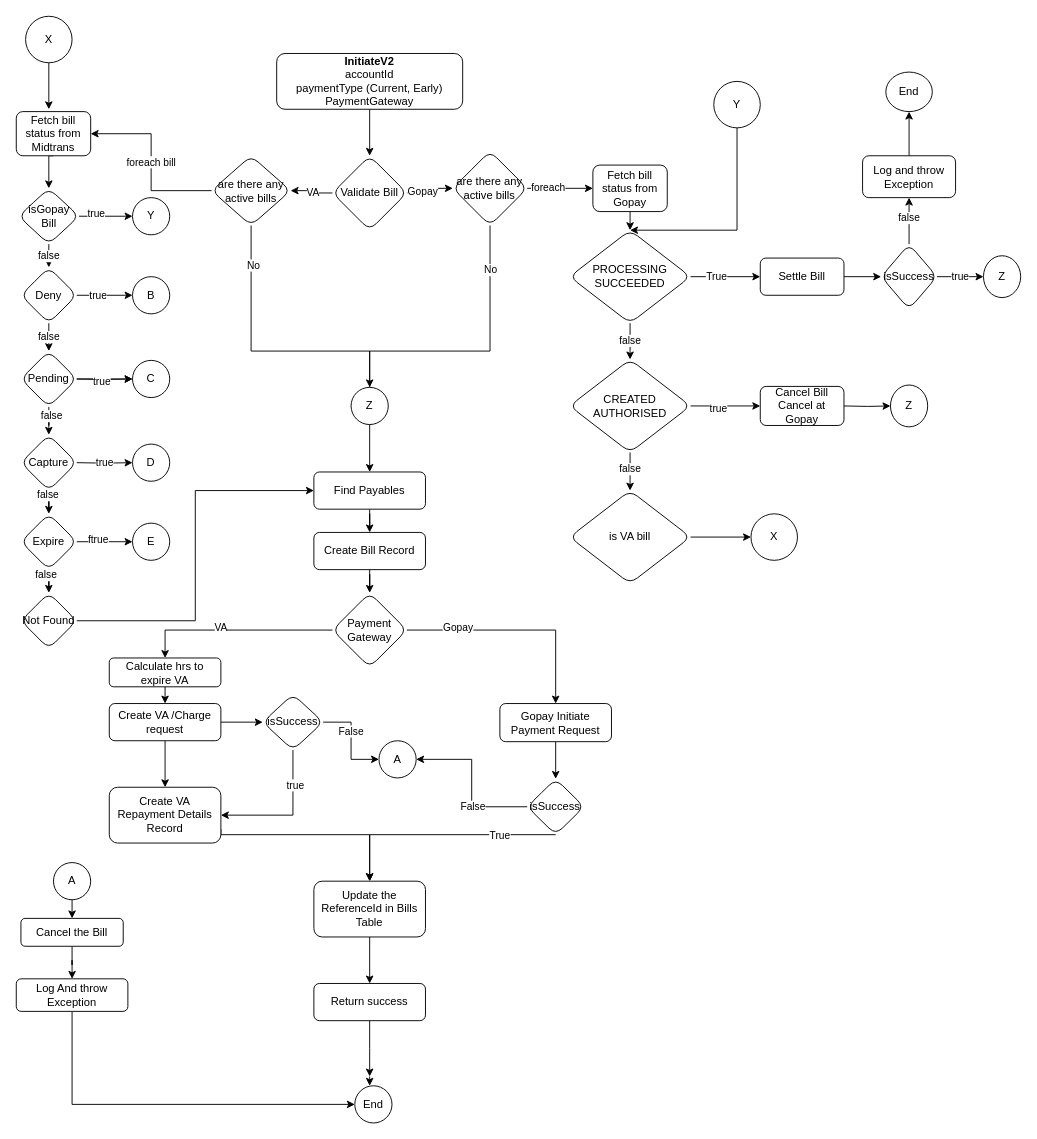
mmritesh/demo keeps this draw.io diagram as Untitled Diagram.drawio. Above is the earlier version. Source tidied: cells renumbered, new cells numbered last; positions are measured from the earlier drawing's top-left corner, leaving out a move shared by most shapes. Both pictures are drawn from the tidied source at 93%, with x=0, y=0 at pixel (16, 16).
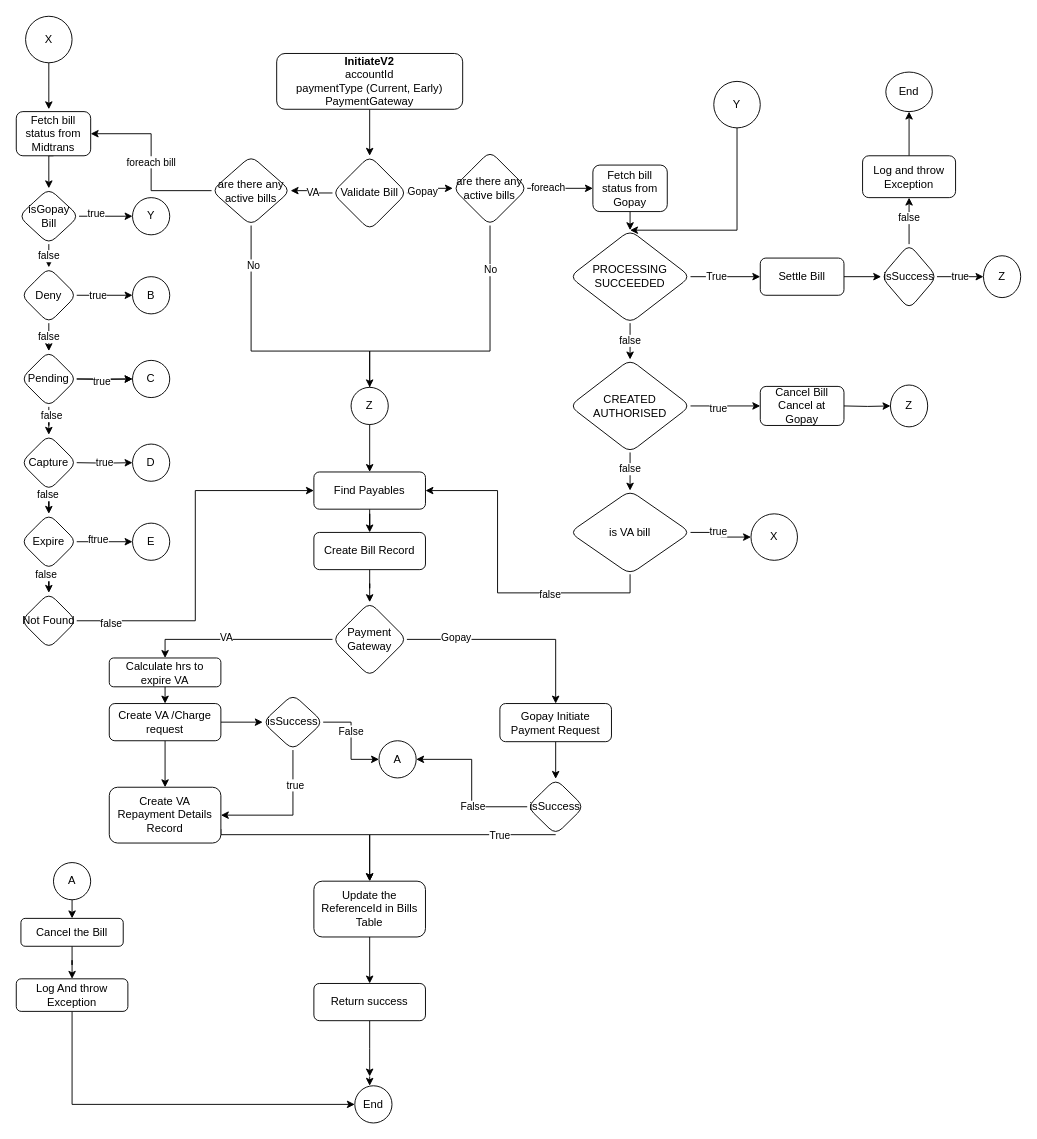
After the change.

Unchanged cells that the change refers to:
```xml
<mxCell id="5" value="Find Payables" style="rounded=1;whiteSpace=wrap;html=1;fontSize=12;glass=0;strokeWidth=1;shadow=0;" parent="1" vertex="1">
  <mxGeometry x="320" y="490" width="120" height="40" as="geometry" />
</mxCell>
<mxCell id="80" style="edgeStyle=orthogonalEdgeStyle;rounded=0;jettySize=auto;html=1;entryX=0;entryY=0.5;entryDx=0;entryDy=0;" parent="1" edge="1" source="81" target="5">
  <mxGeometry relative="1" as="geometry" />
</mxCell>
<mxCell id="120" style="edgeStyle=orthogonalEdgeStyle;rounded=0;jettySize=auto;html=1;exitX=1;exitY=0.5;exitDx=0;exitDy=0;" parent="1" edge="1" source="121" target="122">
  <mxGeometry relative="1" as="geometry" />
</mxCell>
```

What changed in the source:
```diff
@@
     <mxCell id="40" value="Payment&lt;br&gt;Gateway" style="rhombus;whiteSpace=wrap;html=1;rounded=1;shadow=0;strokeWidth=1;glass=0;" parent="1" vertex="1">
-      <mxGeometry x="340" y="620" width="80" height="80" as="geometry" />
+      <mxGeometry x="340" y="630" width="80" height="80" as="geometry" />
     </mxCell>
@@
+    <mxCell id="123" value="false" style="edgeLabel;html=1;align=center;verticalAlign=middle;" parent="80" vertex="1">
+      <mxGeometry x="-0.82" y="-2" relative="1" as="geometry" />
+    </mxCell>
@@
+    <mxCell id="124" value="true" style="edgeLabel;html=1;align=center;verticalAlign=middle;" parent="120" vertex="1">
+      <mxGeometry x="-0.17" y="2" relative="1" as="geometry" />
+    </mxCell>
+    <mxCell id="125" style="edgeStyle=orthogonalEdgeStyle;rounded=0;jettySize=auto;html=1;exitX=0.5;exitY=1;exitDx=0;exitDy=0;entryX=1;entryY=0.5;entryDx=0;entryDy=0;" parent="1" edge="1" source="121" target="5">
+      <mxGeometry relative="1" as="geometry" />
+    </mxCell>
+    <mxCell id="126" value="false" style="edgeLabel;html=1;align=center;verticalAlign=middle;" parent="125" vertex="1">
+      <mxGeometry x="-0.39" y="1" relative="1" as="geometry" />
+    </mxCell>
     <mxCell id="121" value="is VA bill" style="rhombus;whiteSpace=wrap;html=1;rounded=1;shadow=0;strokeWidth=1;glass=0;" parent="1" vertex="1">
-      <mxGeometry x="595" y="510" width="130" height="100" as="geometry" />
+      <mxGeometry x="595" y="510" width="130" height="90" as="geometry" />
     </mxCell>
```
